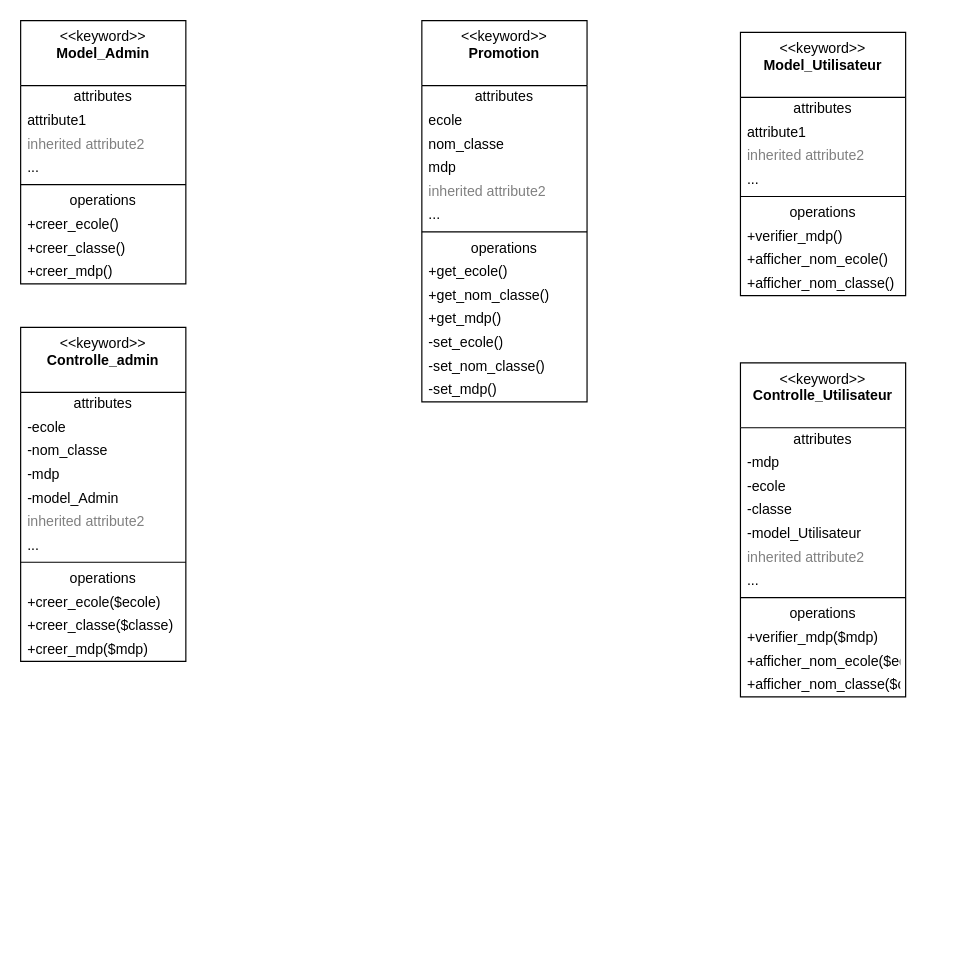
Earlier version of the draw.io diagram connexion_promo_ecole/conception/diag_class.drawio (sebMassonCom/etudiants). Source tidied: cells renumbered, new cells numbered last; positions are measured from the earlier drawing's top-left corner, leaving out a move shared by most shapes. Both pictures are drawn from the tidied source at 118%, with x=0, y=0 at pixel (20, 20).
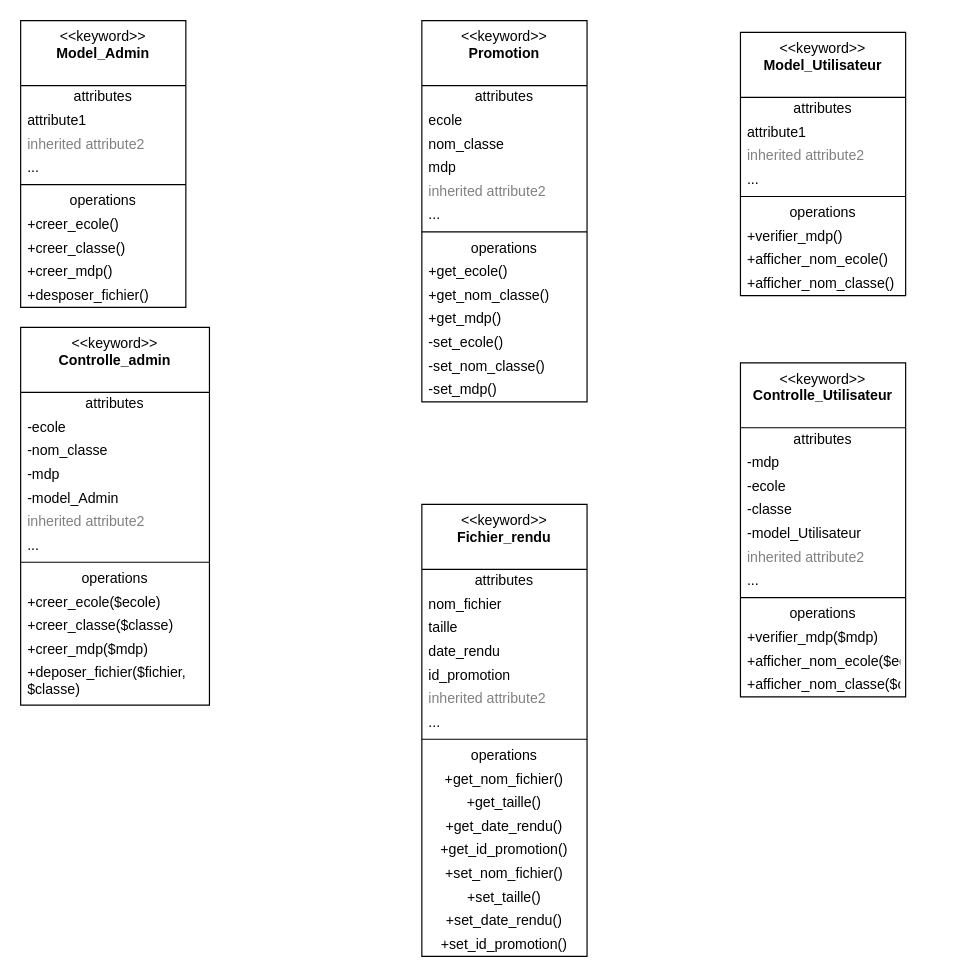
The same page after the edit.

Commit message (it also covers changes not shown here):
push des conception avec les fichier de dépôt

The edit, as a diff of the source:
```diff
@@
     <mxCell id="27" value="&amp;lt;&amp;lt;keyword&amp;gt;&amp;gt;&lt;br&gt;&lt;b&gt;Model_Admin&lt;/b&gt;" style="swimlane;fontStyle=0;align=center;verticalAlign=top;horizontal=1;startSize=55;html=1;whiteSpace=wrap;" parent="1" vertex="1">
-      <mxGeometry width="140" height="223" as="geometry" />
+      <mxGeometry width="140" height="243" as="geometry" />
     </mxCell>
@@
+    <mxCell id="63" value="+desposer_fichier()" style="text;html=1;strokeColor=none;fillColor=none;align=left;verticalAlign=middle;spacingLeft=4;spacingRight=4;overflow=hidden;whiteSpace=wrap;" parent="27" vertex="1">
+      <mxGeometry y="223" width="140" height="20" as="geometry" />
+    </mxCell>
     <mxCell id="37" value="&amp;lt;&amp;lt;keyword&amp;gt;&amp;gt;&lt;br&gt;&lt;b&gt;Controlle_admin&lt;/b&gt;" style="swimlane;fontStyle=0;align=center;verticalAlign=top;horizontal=1;startSize=55;html=1;whiteSpace=wrap;" parent="1" vertex="1">
-      <mxGeometry y="260" width="140" height="283" as="geometry" />
+      <mxGeometry y="260" width="160" height="320" as="geometry" />
     </mxCell>
     <mxCell id="38" value="attributes" style="text;html=1;strokeColor=none;fillColor=none;align=center;verticalAlign=middle;spacingLeft=4;spacingRight=4;overflow=hidden;whiteSpace=wrap;" parent="37" vertex="1">
-      <mxGeometry y="55" width="140" height="20" as="geometry" />
+      <mxGeometry y="55" width="160" height="20" as="geometry" />
     </mxCell>
     <mxCell id="39" value="-ecole" style="text;html=1;strokeColor=none;fillColor=none;align=left;verticalAlign=middle;spacingLeft=4;spacingRight=4;overflow=hidden;whiteSpace=wrap;" parent="37" vertex="1">
-      <mxGeometry y="75" width="140" height="20" as="geometry" />
+      <mxGeometry y="75" width="160" height="20" as="geometry" />
     </mxCell>
     <mxCell id="40" value="-nom_classe" style="text;html=1;strokeColor=none;fillColor=none;align=left;verticalAlign=middle;spacingLeft=4;spacingRight=4;overflow=hidden;whiteSpace=wrap;" parent="37" vertex="1">
-      <mxGeometry y="95" width="140" height="20" as="geometry" />
+      <mxGeometry y="95" width="160" height="20" as="geometry" />
     </mxCell>
     <mxCell id="41" value="-mdp" style="text;html=1;strokeColor=none;fillColor=none;align=left;verticalAlign=middle;spacingLeft=4;spacingRight=4;overflow=hidden;whiteSpace=wrap;" parent="37" vertex="1">
-      <mxGeometry y="115" width="140" height="20" as="geometry" />
+      <mxGeometry y="115" width="160" height="20" as="geometry" />
     </mxCell>
     <mxCell id="42" value="-model_Admin" style="text;html=1;strokeColor=none;fillColor=none;align=left;verticalAlign=middle;spacingLeft=4;spacingRight=4;overflow=hidden;whiteSpace=wrap;" parent="37" vertex="1">
-      <mxGeometry y="135" width="140" height="20" as="geometry" />
+      <mxGeometry y="135" width="160" height="20" as="geometry" />
     </mxCell>
     <mxCell id="43" value="inherited attribute2" style="text;html=1;strokeColor=none;fillColor=none;align=left;verticalAlign=middle;spacingLeft=4;spacingRight=4;overflow=hidden;fontColor=#808080;whiteSpace=wrap;" parent="37" vertex="1">
-      <mxGeometry y="155" width="140" height="20" as="geometry" />
+      <mxGeometry y="155" width="160" height="20" as="geometry" />
     </mxCell>
     <mxCell id="44" value="..." style="text;html=1;strokeColor=none;fillColor=none;align=left;verticalAlign=middle;spacingLeft=4;spacingRight=4;overflow=hidden;whiteSpace=wrap;" parent="37" vertex="1">
-      <mxGeometry y="175" width="140" height="20" as="geometry" />
+      <mxGeometry y="175" width="160" height="20" as="geometry" />
     </mxCell>
     <mxCell id="45" style="line;strokeWidth=1;fillColor=none;align=left;verticalAlign=middle;spacingTop=-1;spacingLeft=3;spacingRight=3;labelPosition=right;" parent="37" vertex="1">
-      <mxGeometry y="195" width="140" height="8" as="geometry" />
+      <mxGeometry y="195" width="160" height="8" as="geometry" />
     </mxCell>
     <mxCell id="46" value="operations" style="text;html=1;strokeColor=none;fillColor=none;align=center;verticalAlign=middle;spacingLeft=4;spacingRight=4;overflow=hidden;whiteSpace=wrap;" parent="37" vertex="1">
-      <mxGeometry y="203" width="140" height="20" as="geometry" />
+      <mxGeometry y="203" width="160" height="20" as="geometry" />
     </mxCell>
     <mxCell id="47" value="+creer_ecole($ecole)" style="text;html=1;strokeColor=none;fillColor=none;align=left;verticalAlign=middle;spacingLeft=4;spacingRight=4;overflow=hidden;whiteSpace=wrap;" parent="37" vertex="1">
-      <mxGeometry y="223" width="140" height="20" as="geometry" />
+      <mxGeometry y="223" width="160" height="20" as="geometry" />
     </mxCell>
     <mxCell id="48" value="+creer_classe($classe)" style="text;html=1;strokeColor=none;fillColor=none;align=left;verticalAlign=middle;spacingLeft=4;spacingRight=4;overflow=hidden;whiteSpace=wrap;" parent="37" vertex="1">
-      <mxGeometry y="243" width="140" height="20" as="geometry" />
+      <mxGeometry y="243" width="160" height="20" as="geometry" />
     </mxCell>
     <mxCell id="49" value="+creer_mdp($mdp)" style="text;html=1;strokeColor=none;fillColor=none;align=left;verticalAlign=middle;spacingLeft=4;spacingRight=4;overflow=hidden;whiteSpace=wrap;" parent="37" vertex="1">
-      <mxGeometry y="263" width="140" height="20" as="geometry" />
+      <mxGeometry y="263" width="160" height="20" as="geometry" />
     </mxCell>
+    <mxCell id="64" value="&lt;div&gt;&lt;font color=&quot;#000000&quot;&gt;+deposer_fichier($fichier, $classe)&lt;/font&gt;&lt;/div&gt;&lt;div&gt;&lt;br&gt;&lt;/div&gt;" style="text;html=1;strokeColor=none;fillColor=none;align=left;verticalAlign=middle;spacingLeft=4;spacingRight=4;overflow=hidden;whiteSpace=wrap;" parent="37" vertex="1">
+      <mxGeometry y="283" width="160" height="37" as="geometry" />
+    </mxCell>
@@
+    <mxCell id="65" value="&amp;lt;&amp;lt;keyword&amp;gt;&amp;gt;&lt;br&gt;&lt;b&gt;Fichier_rendu&lt;/b&gt;" style="swimlane;fontStyle=0;align=center;verticalAlign=top;horizontal=1;startSize=55;html=1;whiteSpace=wrap;" parent="1" vertex="1">
+      <mxGeometry x="340" y="410" width="140" height="383" as="geometry" />
+    </mxCell>
+    <mxCell id="66" value="attributes" style="text;html=1;strokeColor=none;fillColor=none;align=center;verticalAlign=middle;spacingLeft=4;spacingRight=4;overflow=hidden;whiteSpace=wrap;" parent="65" vertex="1">
+      <mxGeometry y="55" width="140" height="20" as="geometry" />
+    </mxCell>
+    <mxCell id="67" value="nom_fichier" style="text;html=1;strokeColor=none;fillColor=none;align=left;verticalAlign=middle;spacingLeft=4;spacingRight=4;overflow=hidden;whiteSpace=wrap;" parent="65" vertex="1">
+      <mxGeometry y="75" width="140" height="20" as="geometry" />
+    </mxCell>
+    <mxCell id="68" value="taille" style="text;html=1;strokeColor=none;fillColor=none;align=left;verticalAlign=middle;spacingLeft=4;spacingRight=4;overflow=hidden;whiteSpace=wrap;" parent="65" vertex="1">
+      <mxGeometry y="95" width="140" height="20" as="geometry" />
+    </mxCell>
+    <mxCell id="69" value="date_rendu" style="text;html=1;strokeColor=none;fillColor=none;align=left;verticalAlign=middle;spacingLeft=4;spacingRight=4;overflow=hidden;whiteSpace=wrap;" parent="65" vertex="1">
+      <mxGeometry y="115" width="140" height="20" as="geometry" />
+    </mxCell>
+    <mxCell id="70" value="id_promotion" style="text;html=1;strokeColor=none;fillColor=none;align=left;verticalAlign=middle;spacingLeft=4;spacingRight=4;overflow=hidden;whiteSpace=wrap;" parent="65" vertex="1">
+      <mxGeometry y="135" width="140" height="20" as="geometry" />
+    </mxCell>
+    <mxCell id="71" value="inherited attribute2" style="text;html=1;strokeColor=none;fillColor=none;align=left;verticalAlign=middle;spacingLeft=4;spacingRight=4;overflow=hidden;fontColor=#808080;whiteSpace=wrap;" parent="65" vertex="1">
+      <mxGeometry y="155" width="140" height="20" as="geometry" />
+    </mxCell>
+    <mxCell id="72" value="..." style="text;html=1;strokeColor=none;fillColor=none;align=left;verticalAlign=middle;spacingLeft=4;spacingRight=4;overflow=hidden;whiteSpace=wrap;" parent="65" vertex="1">
+      <mxGeometry y="175" width="140" height="20" as="geometry" />
+    </mxCell>
+    <mxCell id="73" style="line;strokeWidth=1;fillColor=none;align=left;verticalAlign=middle;spacingTop=-1;spacingLeft=3;spacingRight=3;labelPosition=right;" parent="65" vertex="1">
+      <mxGeometry y="195" width="140" height="8" as="geometry" />
+    </mxCell>
+    <mxCell id="74" value="operations" style="text;html=1;strokeColor=none;fillColor=none;align=center;verticalAlign=middle;spacingLeft=4;spacingRight=4;overflow=hidden;whiteSpace=wrap;" parent="65" vertex="1">
+      <mxGeometry y="203" width="140" height="20" as="geometry" />
+    </mxCell>
+    <mxCell id="75" value="+get_nom_fichier()" style="text;html=1;strokeColor=none;fillColor=none;align=center;verticalAlign=middle;spacingLeft=4;spacingRight=4;overflow=hidden;whiteSpace=wrap;" parent="65" vertex="1">
+      <mxGeometry y="223" width="140" height="20" as="geometry" />
+    </mxCell>
+    <mxCell id="76" value="+get_taille()" style="text;html=1;strokeColor=none;fillColor=none;align=center;verticalAlign=middle;spacingLeft=4;spacingRight=4;overflow=hidden;whiteSpace=wrap;" parent="65" vertex="1">
+      <mxGeometry y="243" width="140" height="20" as="geometry" />
+    </mxCell>
+    <mxCell id="77" value="+get_date_rendu()" style="text;html=1;strokeColor=none;fillColor=none;align=center;verticalAlign=middle;spacingLeft=4;spacingRight=4;overflow=hidden;whiteSpace=wrap;" parent="65" vertex="1">
+      <mxGeometry y="263" width="140" height="20" as="geometry" />
+    </mxCell>
+    <mxCell id="78" value="+get_id_promotion()" style="text;html=1;strokeColor=none;fillColor=none;align=center;verticalAlign=middle;spacingLeft=4;spacingRight=4;overflow=hidden;whiteSpace=wrap;" parent="65" vertex="1">
+      <mxGeometry y="283" width="140" height="20" as="geometry" />
+    </mxCell>
+    <mxCell id="79" value="+set_nom_fichier()" style="text;html=1;strokeColor=none;fillColor=none;align=center;verticalAlign=middle;spacingLeft=4;spacingRight=4;overflow=hidden;whiteSpace=wrap;" parent="65" vertex="1">
+      <mxGeometry y="303" width="140" height="20" as="geometry" />
+    </mxCell>
+    <mxCell id="80" value="+set_taille()" style="text;html=1;strokeColor=none;fillColor=none;align=center;verticalAlign=middle;spacingLeft=4;spacingRight=4;overflow=hidden;whiteSpace=wrap;" parent="65" vertex="1">
+      <mxGeometry y="323" width="140" height="20" as="geometry" />
+    </mxCell>
+    <mxCell id="81" value="+set_date_rendu()" style="text;html=1;strokeColor=none;fillColor=none;align=center;verticalAlign=middle;spacingLeft=4;spacingRight=4;overflow=hidden;whiteSpace=wrap;" parent="65" vertex="1">
+      <mxGeometry y="343" width="140" height="20" as="geometry" />
+    </mxCell>
+    <mxCell id="82" value="+set_id_promotion()" style="text;html=1;strokeColor=none;fillColor=none;align=center;verticalAlign=middle;spacingLeft=4;spacingRight=4;overflow=hidden;whiteSpace=wrap;" parent="65" vertex="1">
+      <mxGeometry y="363" width="140" height="20" as="geometry" />
+    </mxCell>
```
